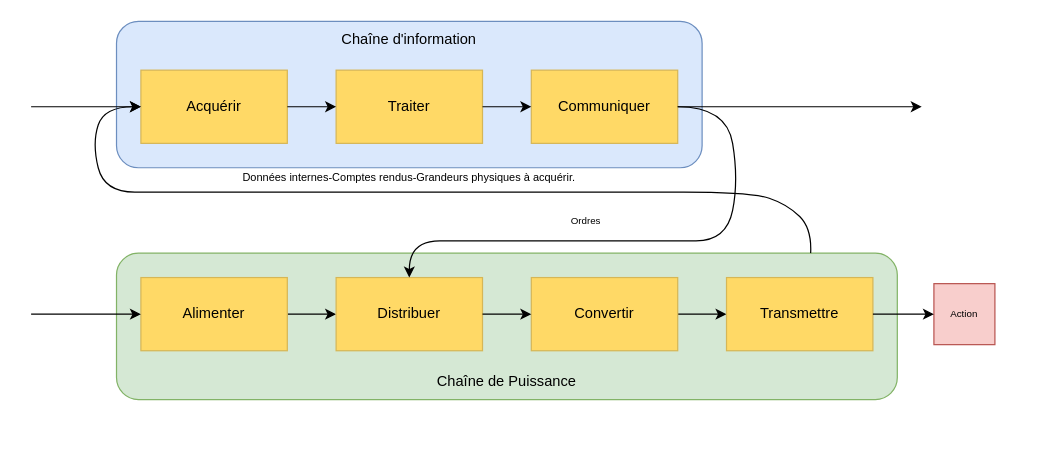
Before: Diagrammetruc.drawio in LP-Chevalier/mon_classeur, a draw.io diagram. Source tidied: cells renumbered, new cells numbered last; positions are measured from the earlier drawing's top-left corner, leaving out a move shared by most shapes. Both pictures are drawn from the tidied source at 122%, with x=0, y=0 at pixel (30, 21).
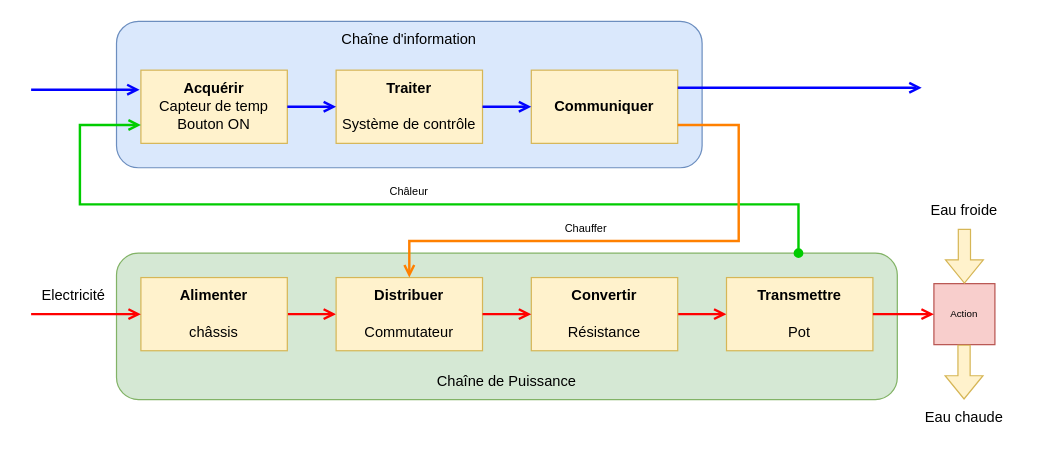
Above is the later version.

The change refers to these unchanged cells:
```xml
<mxCell id="2" style="rounded=1;whiteSpace=wrap;html=1;fillColor=#d5e8d4;strokeColor=#82b366;" parent="1" vertex="1">
  <mxGeometry x="70" y="190" width="640" height="120" as="geometry" />
</mxCell>
<mxCell id="31" style="whiteSpace=wrap;html=1;fillColor=#f8cecc;strokeColor=#b85450;" parent="1" vertex="1">
  <mxGeometry x="740" y="215" width="50" height="50" as="geometry" />
</mxCell>
```

Diff of the diagram source:
```diff
@@
-    <mxCell id="4" style="rounded=0;whiteSpace=wrap;html=1;fillColor=#FFD966;strokeColor=#d6b656;gradientColor=none;" parent="1" vertex="1">
+    <mxCell id="4" style="rounded=0;whiteSpace=wrap;html=1;fillColor=#fff2cc;strokeColor=#d6b656;" parent="1" vertex="1">
       <mxGeometry x="90" y="40" width="120" height="60" as="geometry" />
     </mxCell>
-    <mxCell id="5" style="rounded=0;whiteSpace=wrap;html=1;fillColor=#FFD966;strokeColor=#d6b656;gradientColor=none;" parent="1" vertex="1">
+    <mxCell id="5" style="rounded=0;whiteSpace=wrap;html=1;fillColor=#fff2cc;strokeColor=#d6b656;" parent="1" vertex="1">
       <mxGeometry x="250" y="40" width="120" height="60" as="geometry" />
     </mxCell>
-    <mxCell id="6" style="rounded=0;whiteSpace=wrap;html=1;fillColor=#FFD966;strokeColor=#d6b656;gradientColor=none;" parent="1" vertex="1">
+    <mxCell id="6" style="rounded=0;whiteSpace=wrap;html=1;fillColor=#fff2cc;strokeColor=#d6b656;" parent="1" vertex="1">
       <mxGeometry x="410" y="40" width="120" height="60" as="geometry" />
     </mxCell>
-    <mxCell id="7" style="edgeStyle=orthogonalEdgeStyle;rounded=0;jettySize=auto;html=1;exitX=1;exitY=0.5;exitDx=0;exitDy=0;entryX=0;entryY=0.5;entryDx=0;entryDy=0;" parent="1" edge="1" source="8" target="9">
+    <mxCell id="7" style="edgeStyle=orthogonalEdgeStyle;rounded=0;jettySize=auto;html=1;exitX=1;exitY=0.5;exitDx=0;exitDy=0;entryX=0;entryY=0.5;entryDx=0;entryDy=0;strokeColor=#FF0000;endArrow=open;endFill=0;strokeWidth=2;" parent="1" edge="1" source="8" target="9">
       <mxGeometry relative="1" as="geometry" />
     </mxCell>
-    <mxCell id="8" style="rounded=0;whiteSpace=wrap;html=1;fillColor=#FFD966;strokeColor=#d6b656;gradientColor=none;" parent="1" vertex="1">
+    <mxCell id="8" style="rounded=0;whiteSpace=wrap;html=1;fillColor=#fff2cc;strokeColor=#d6b656;" parent="1" vertex="1">
       <mxGeometry x="90" y="210" width="120" height="60" as="geometry" />
     </mxCell>
-    <mxCell id="9" style="rounded=0;whiteSpace=wrap;html=1;fillColor=#FFD966;strokeColor=#d6b656;gradientColor=none;" parent="1" vertex="1">
+    <mxCell id="9" style="rounded=0;whiteSpace=wrap;html=1;fillColor=#fff2cc;strokeColor=#d6b656;" parent="1" vertex="1">
       <mxGeometry x="250" y="210" width="120" height="60" as="geometry" />
     </mxCell>
-    <mxCell id="10" style="edgeStyle=orthogonalEdgeStyle;rounded=0;jettySize=auto;html=1;" parent="1" edge="1" source="11" target="12">
+    <mxCell id="10" style="edgeStyle=orthogonalEdgeStyle;rounded=0;jettySize=auto;html=1;strokeColor=#FF0000;endArrow=open;endFill=0;strokeWidth=2;" parent="1" edge="1" source="11" target="12">
       <mxGeometry relative="1" as="geometry" />
     </mxCell>
-    <mxCell id="11" style="rounded=0;whiteSpace=wrap;html=1;fillColor=#FFD966;strokeColor=#d6b656;gradientColor=none;" parent="1" vertex="1">
+    <mxCell id="11" style="rounded=0;whiteSpace=wrap;html=1;fillColor=#fff2cc;strokeColor=#d6b656;" parent="1" vertex="1">
       <mxGeometry x="410" y="210" width="120" height="60" as="geometry" />
     </mxCell>
-    <mxCell id="12" style="rounded=0;whiteSpace=wrap;html=1;fillColor=#FFD966;strokeColor=#d6b656;gradientColor=none;" parent="1" vertex="1">
+    <mxCell id="12" style="rounded=0;whiteSpace=wrap;html=1;fillColor=#fff2cc;strokeColor=#d6b656;" parent="1" vertex="1">
       <mxGeometry x="570" y="210" width="120" height="60" as="geometry" />
     </mxCell>
-    <mxCell id="13" style="curved=1;endArrow=classic;html=1;rounded=0;exitX=0.889;exitY=0;exitDx=0;exitDy=0;entryX=0;entryY=0.5;entryDx=0;entryDy=0;exitPerimeter=0;" parent="1" edge="1" source="2">
+    <mxCell id="13" style="endArrow=open;html=1;rounded=0;exitX=0.889;exitY=0;exitDx=0;exitDy=0;entryX=0;entryY=0.75;entryDx=0;entryDy=0;exitPerimeter=0;edgeStyle=orthogonalEdgeStyle;strokeColor=#00CC00;startArrow=oval;startFill=1;endFill=0;strokeWidth=2;" parent="1" edge="1" target="4">
       <mxGeometry relative="1" as="geometry">
-        <mxPoint x="90" y="70" as="targetPoint" />
+        <mxPoint x="629" y="190" as="sourcePoint" />
         <Array as="points">
-          <mxPoint x="640" y="170" />
-          <mxPoint x="620" y="150" />
-          <mxPoint x="590" y="140" />
-          <mxPoint x="480" y="140" />
-          <mxPoint x="430" y="140" />
-          <mxPoint x="390" y="140" />
-          <mxPoint x="350" y="140" />
-          <mxPoint x="290" y="140" />
-          <mxPoint x="170" y="140" />
-          <mxPoint x="110" y="140" />
-          <mxPoint x="60" y="140" />
-          <mxPoint x="50" y="100" />
-          <mxPoint x="60" y="70" />
+          <mxPoint x="629" y="150" />
+          <mxPoint x="40" y="150" />
+          <mxPoint x="40" y="85" />
         </Array>
       </mxGeometry>
     </mxCell>
-    <mxCell id="14" style="curved=1;endArrow=classic;html=1;rounded=0;exitX=1;exitY=0.5;exitDx=0;exitDy=0;entryX=0.5;entryY=0;entryDx=0;entryDy=0;" parent="1" edge="1" source="6" target="9">
+    <mxCell id="14" style="endArrow=open;html=1;rounded=0;exitX=1;exitY=0.75;exitDx=0;exitDy=0;entryX=0.5;entryY=0;entryDx=0;entryDy=0;edgeStyle=orthogonalEdgeStyle;strokeColor=#FF8000;endFill=0;strokeWidth=2;" parent="1" edge="1" source="6" target="9">
       <mxGeometry relative="1" as="geometry">
         <Array as="points">
-          <mxPoint x="570" y="70" />
-          <mxPoint x="580" y="130" />
-          <mxPoint x="570" y="180" />
-          <mxPoint x="520" y="180" />
-          <mxPoint x="530" y="180" />
-          <mxPoint x="440" y="180" />
-          <mxPoint x="360" y="180" />
+          <mxPoint x="580" y="85" />
+          <mxPoint x="580" y="180" />
           <mxPoint x="310" y="180" />
         </Array>
       </mxGeometry>
     </mxCell>
-    <mxCell id="15" style="edgeStyle=orthogonalEdgeStyle;rounded=0;jettySize=auto;html=1;exitX=1;exitY=0.5;exitDx=0;exitDy=0;entryX=0;entryY=0.5;entryDx=0;entryDy=0;" parent="1" edge="1" source="9" target="11">
+    <mxCell id="15" style="edgeStyle=orthogonalEdgeStyle;rounded=0;jettySize=auto;html=1;exitX=1;exitY=0.5;exitDx=0;exitDy=0;entryX=0;entryY=0.5;entryDx=0;entryDy=0;strokeColor=#FF0000;endArrow=open;endFill=0;strokeWidth=2;" parent="1" edge="1" source="9" target="11">
       <mxGeometry relative="1" as="geometry" />
     </mxCell>
-    <mxCell id="16" style="edgeStyle=orthogonalEdgeStyle;rounded=0;jettySize=auto;html=1;exitX=1;exitY=0.5;exitDx=0;exitDy=0;entryX=0;entryY=0.5;entryDx=0;entryDy=0;" parent="1" edge="1" source="4" target="5">
+    <mxCell id="16" style="edgeStyle=orthogonalEdgeStyle;rounded=0;jettySize=auto;html=1;exitX=1;exitY=0.5;exitDx=0;exitDy=0;entryX=0;entryY=0.5;entryDx=0;entryDy=0;strokeColor=#0000FF;endArrow=open;endFill=0;strokeWidth=2;" parent="1" edge="1" source="4" target="5">
       <mxGeometry relative="1" as="geometry" />
     </mxCell>
-    <mxCell id="17" style="edgeStyle=orthogonalEdgeStyle;rounded=0;jettySize=auto;html=1;exitX=1;exitY=0.5;exitDx=0;exitDy=0;entryX=0;entryY=0.5;entryDx=0;entryDy=0;" parent="1" edge="1" source="5" target="6">
+    <mxCell id="17" style="edgeStyle=orthogonalEdgeStyle;rounded=0;jettySize=auto;html=1;exitX=1;exitY=0.5;exitDx=0;exitDy=0;entryX=0;entryY=0.5;entryDx=0;entryDy=0;strokeColor=#0000FF;endArrow=open;endFill=0;strokeWidth=2;" parent="1" edge="1" source="5" target="6">
       <mxGeometry relative="1" as="geometry" />
     </mxCell>
@@
-    <mxCell id="20" value="Ordres" style="text;html=1;whiteSpace=wrap;strokeColor=none;fillColor=none;align=center;verticalAlign=middle;rounded=0;fontSize=8;" parent="1" vertex="1">
-      <mxGeometry x="430" y="154" width="50" height="20" as="geometry" />
+    <mxCell id="20" value="Chauffer" style="text;html=1;whiteSpace=wrap;strokeColor=none;fillColor=none;align=center;verticalAlign=middle;rounded=0;fontSize=9;" parent="1" vertex="1">
+      <mxGeometry x="425" y="160" width="60" height="20" as="geometry" />
     </mxCell>
-    <mxCell id="21" value="Données internes-Comptes rendus-Grandeurs physiques à acquérir." style="text;html=1;whiteSpace=wrap;strokeColor=none;fillColor=none;align=center;verticalAlign=middle;rounded=0;fontSize=9;" parent="1" vertex="1">
-      <mxGeometry x="160" y="118" width="300" height="20" as="geometry" />
+    <mxCell id="21" value="Châleur" style="text;html=1;whiteSpace=wrap;strokeColor=none;fillColor=none;align=center;verticalAlign=middle;rounded=0;fontSize=9;" parent="1" vertex="1">
+      <mxGeometry x="280" y="130" width="60" height="20" as="geometry" />
     </mxCell>
-    <mxCell id="22" value="Acquérir" style="text;html=1;whiteSpace=wrap;strokeColor=none;fillColor=none;align=center;verticalAlign=middle;rounded=0;" parent="1" vertex="1">
-      <mxGeometry x="115" y="55" width="70" height="30" as="geometry" />
+    <mxCell id="22" value="Acquérir" style="text;html=1;whiteSpace=wrap;strokeColor=none;fillColor=none;align=center;verticalAlign=middle;rounded=0;fontStyle=1;" parent="1" vertex="1">
+      <mxGeometry x="115" y="40" width="70" height="30" as="geometry" />
     </mxCell>
-    <mxCell id="23" value="Traiter" style="text;html=1;whiteSpace=wrap;strokeColor=none;fillColor=none;align=center;verticalAlign=middle;rounded=0;" parent="1" vertex="1">
-      <mxGeometry x="280" y="55" width="60" height="30" as="geometry" />
+    <mxCell id="23" value="Traiter" style="text;html=1;whiteSpace=wrap;strokeColor=none;fillColor=none;align=center;verticalAlign=middle;rounded=0;fontStyle=1;" parent="1" vertex="1">
+      <mxGeometry x="280" y="40" width="60" height="30" as="geometry" />
     </mxCell>
-    <mxCell id="24" value="Communiquer" style="text;html=1;whiteSpace=wrap;strokeColor=none;fillColor=none;align=center;verticalAlign=middle;rounded=0;" parent="1" vertex="1">
+    <mxCell id="24" value="Communiquer" style="text;html=1;whiteSpace=wrap;strokeColor=none;fillColor=none;align=center;verticalAlign=middle;rounded=0;fontStyle=1;" parent="1" vertex="1">
       <mxGeometry x="420" y="55" width="100" height="30" as="geometry" />
     </mxCell>
-    <mxCell id="25" value="Alimenter" style="text;html=1;whiteSpace=wrap;strokeColor=none;fillColor=none;align=center;verticalAlign=middle;rounded=0;" parent="1" vertex="1">
-      <mxGeometry x="115" y="225" width="70" height="30" as="geometry" />
+    <mxCell id="25" value="Alimenter" style="text;html=1;whiteSpace=wrap;strokeColor=none;fillColor=none;align=center;verticalAlign=middle;rounded=0;fontStyle=1;" parent="1" vertex="1">
+      <mxGeometry x="115" y="210" width="70" height="30" as="geometry" />
     </mxCell>
-    <mxCell id="26" value="Distribuer" style="text;html=1;whiteSpace=wrap;strokeColor=none;fillColor=none;align=center;verticalAlign=middle;rounded=0;" parent="1" vertex="1">
-      <mxGeometry x="275" y="225" width="70" height="30" as="geometry" />
+    <mxCell id="26" value="Distribuer" style="text;html=1;whiteSpace=wrap;strokeColor=none;fillColor=none;align=center;verticalAlign=middle;rounded=0;fontStyle=1;" parent="1" vertex="1">
+      <mxGeometry x="275" y="210" width="70" height="30" as="geometry" />
     </mxCell>
-    <mxCell id="27" value="Convertir" style="text;html=1;whiteSpace=wrap;strokeColor=none;fillColor=none;align=center;verticalAlign=middle;rounded=0;" parent="1" vertex="1">
-      <mxGeometry x="435" y="225" width="70" height="30" as="geometry" />
+    <mxCell id="27" value="Convertir" style="text;html=1;whiteSpace=wrap;strokeColor=none;fillColor=none;align=center;verticalAlign=middle;rounded=0;fontStyle=1;" parent="1" vertex="1">
+      <mxGeometry x="435" y="210" width="70" height="30" as="geometry" />
     </mxCell>
-    <mxCell id="28" value="Transmettre" style="text;html=1;whiteSpace=wrap;strokeColor=none;fillColor=none;align=center;verticalAlign=middle;rounded=0;" parent="1" vertex="1">
-      <mxGeometry x="585" y="225" width="90" height="30" as="geometry" />
+    <mxCell id="28" value="Transmettre" style="text;html=1;whiteSpace=wrap;strokeColor=none;fillColor=none;align=center;verticalAlign=middle;rounded=0;fontStyle=1;" parent="1" vertex="1">
+      <mxGeometry x="585" y="210" width="90" height="30" as="geometry" />
     </mxCell>
-    <mxCell id="29" style="endArrow=classic;html=1;rounded=0;entryX=0;entryY=0.5;entryDx=0;entryDy=0;" parent="1" edge="1" target="4">
+    <mxCell id="29" style="endArrow=open;html=1;rounded=0;entryX=-0.055;entryY=0.033;entryDx=0;entryDy=0;entryPerimeter=0;fontColor=#000000;strokeColor=#0000FF;endFill=0;strokeWidth=2;" parent="1" edge="1" target="39">
       <mxGeometry relative="1" as="geometry">
-        <mxPoint y="70" as="sourcePoint" />
+        <mxPoint y="56" as="sourcePoint" />
       </mxGeometry>
     </mxCell>
-    <mxCell id="30" style="endArrow=classic;html=1;rounded=0;entryX=0;entryY=0.5;entryDx=0;entryDy=0;" parent="1" edge="1" target="8">
+    <mxCell id="30" style="endArrow=open;html=1;rounded=0;entryX=0;entryY=0.5;entryDx=0;entryDy=0;strokeColor=#FF0000;endFill=0;strokeWidth=2;" parent="1" edge="1" target="8">
       <mxGeometry relative="1" as="geometry">
         <mxPoint y="240" as="sourcePoint" />
       </mxGeometry>
     </mxCell>
@@
-    <mxCell id="33" style="endArrow=classic;html=1;rounded=0;exitX=1;exitY=0.5;exitDx=0;exitDy=0;entryX=0;entryY=0.5;entryDx=0;entryDy=0;" parent="1" edge="1" source="12" target="31">
+    <mxCell id="33" style="endArrow=open;html=1;rounded=0;exitX=1;exitY=0.5;exitDx=0;exitDy=0;entryX=0;entryY=0.5;entryDx=0;entryDy=0;strokeColor=#FF0000;endFill=0;strokeWidth=2;" parent="1" edge="1" source="12" target="31">
       <mxGeometry relative="1" as="geometry" />
     </mxCell>
-    <mxCell id="34" style="endArrow=classic;html=1;rounded=0;exitX=1;exitY=0.5;exitDx=0;exitDy=0;" parent="1" edge="1" source="6">
+    <mxCell id="34" style="endArrow=open;html=1;rounded=0;exitX=1;exitY=0.5;exitDx=0;exitDy=0;strokeColor=#0000FF;endFill=0;strokeWidth=2;" parent="1" edge="1">
       <mxGeometry relative="1" as="geometry">
-        <mxPoint x="730" y="70" as="targetPoint" />
+        <mxPoint x="530" y="54.4" as="sourcePoint" />
+        <mxPoint x="730" y="54.4" as="targetPoint" />
       </mxGeometry>
     </mxCell>
+    <mxCell id="35" value="châssis" style="text;html=1;whiteSpace=wrap;strokeColor=none;fillColor=none;align=center;verticalAlign=middle;rounded=0;" parent="1" vertex="1">
+      <mxGeometry x="120" y="240" width="60" height="30" as="geometry" />
+    </mxCell>
+    <mxCell id="36" value="Bouton ON" style="text;html=1;whiteSpace=wrap;strokeColor=none;fillColor=none;align=center;verticalAlign=middle;rounded=0;" parent="1" vertex="1">
+      <mxGeometry x="110" y="70" width="80" height="30" as="geometry" />
+    </mxCell>
+    <mxCell id="37" value="Commutateur" style="text;html=1;whiteSpace=wrap;strokeColor=none;fillColor=none;align=center;verticalAlign=middle;rounded=0;" parent="1" vertex="1">
+      <mxGeometry x="260" y="240" width="100" height="30" as="geometry" />
+    </mxCell>
+    <mxCell id="38" value="Résistance" style="text;html=1;whiteSpace=wrap;strokeColor=none;fillColor=none;align=center;verticalAlign=middle;rounded=0;" parent="1" vertex="1">
+      <mxGeometry x="430" y="240" width="80" height="30" as="geometry" />
+    </mxCell>
+    <mxCell id="39" value="Capteur de temp" style="text;html=1;whiteSpace=wrap;strokeColor=none;fillColor=none;align=center;verticalAlign=middle;rounded=0;fontStyle=0;" parent="1" vertex="1">
+      <mxGeometry x="95" y="55" width="110" height="30" as="geometry" />
+    </mxCell>
+    <mxCell id="40" value="Système de contrôle" style="text;html=1;whiteSpace=wrap;strokeColor=none;fillColor=none;align=center;verticalAlign=middle;rounded=0;" parent="1" vertex="1">
+      <mxGeometry x="245" y="70" width="130" height="30" as="geometry" />
+    </mxCell>
+    <mxCell id="41" value="Pot" style="text;html=1;whiteSpace=wrap;strokeColor=none;fillColor=none;align=center;verticalAlign=middle;rounded=0;" parent="1" vertex="1">
+      <mxGeometry x="610" y="240" width="40" height="30" as="geometry" />
+    </mxCell>
+    <mxCell id="42" value="Electricité" style="text;html=1;whiteSpace=wrap;strokeColor=none;fillColor=none;align=center;verticalAlign=middle;rounded=0;" parent="1" vertex="1">
+      <mxGeometry x="-5" y="210" width="80" height="30" as="geometry" />
+    </mxCell>
+    <mxCell id="43" style="shape=flexArrow;endArrow=classic;html=1;rounded=0;entryX=0.5;entryY=0;entryDx=0;entryDy=0;fillColor=#fff2cc;strokeColor=#d6b656;" parent="1" edge="1" target="31">
+      <mxGeometry relative="1" as="geometry">
+        <mxPoint x="765" y="170" as="sourcePoint" />
+      </mxGeometry>
+    </mxCell>
+    <mxCell id="44" style="shape=flexArrow;endArrow=classic;html=1;rounded=0;entryX=0.5;entryY=0;entryDx=0;entryDy=0;fillColor=#fff2cc;strokeColor=#d6b656;" parent="1" edge="1">
+      <mxGeometry relative="1" as="geometry">
+        <mxPoint x="764.7" y="265" as="sourcePoint" />
+        <mxPoint x="764.7" y="310" as="targetPoint" />
+      </mxGeometry>
+    </mxCell>
+    <mxCell id="45" value="Eau froide" style="text;html=1;whiteSpace=wrap;strokeColor=none;fillColor=none;align=center;verticalAlign=middle;rounded=0;" parent="1" vertex="1">
+      <mxGeometry x="725" y="140" width="80" height="30" as="geometry" />
+    </mxCell>
+    <mxCell id="46" value="Eau chaude" style="text;html=1;whiteSpace=wrap;strokeColor=none;fillColor=none;align=center;verticalAlign=middle;rounded=0;" parent="1" vertex="1">
+      <mxGeometry x="720" y="310" width="90" height="30" as="geometry" />
+    </mxCell>
```
